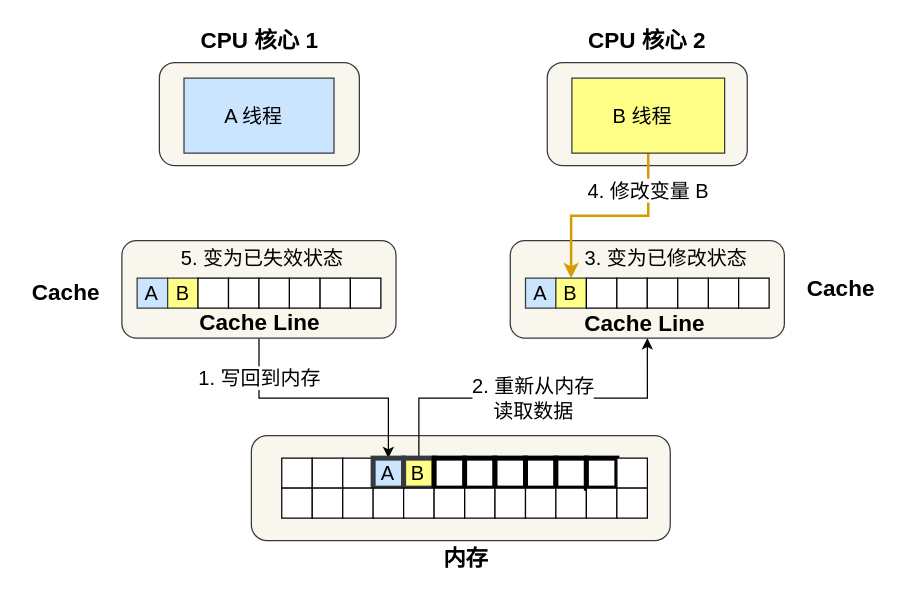
The draw.io diagram 操作系统/CPU伪共享/分析伪共享5.drawio in xiaolincoder/ImageHost3, before the edit. Source tidied: cells renumbered, new cells numbered last; positions are measured from the earlier drawing's top-left corner, leaving out a move shared by most shapes. Both pictures are drawn from the tidied source at 125%, with x=0, y=0 at pixel (21, 21).
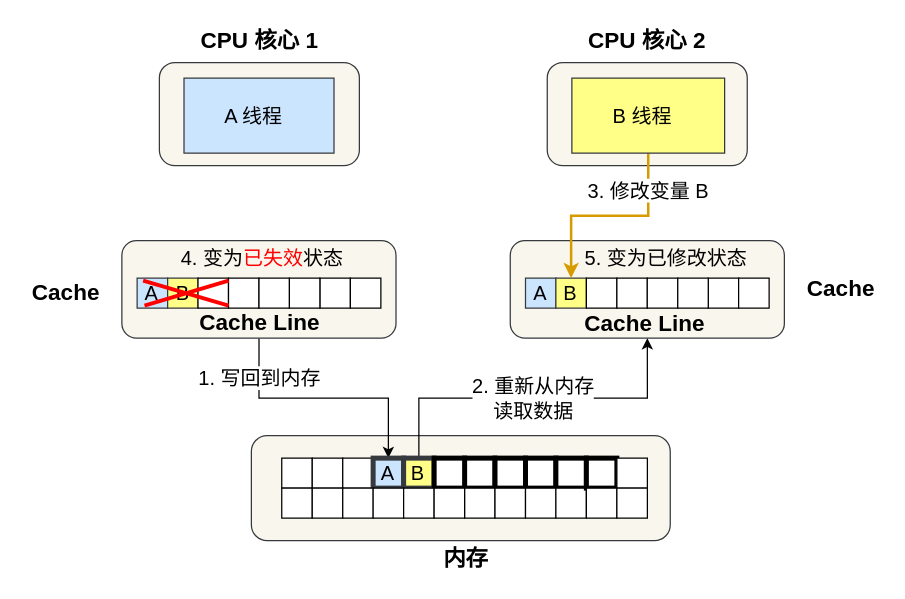
After the change.

Commit message (it also covers changes not shown here):
Update 分析伪共享5.drawio

The change refers to these unchanged cells:
```xml
<mxCell id="38" value="B" style="rounded=0;whiteSpace=wrap;html=1;fillColor=#ffff88;strokeColor=#36393d;fontSize=16;" parent="1" vertex="1">
  <mxGeometry x="427.2" y="205" width="24.4" height="24" as="geometry" />
</mxCell>
<mxCell id="52" value="&lt;font style=&quot;font-size: 16px&quot;&gt;B 线程&amp;nbsp;&amp;nbsp;&lt;/font&gt;" style="rounded=0;whiteSpace=wrap;html=1;shadow=0;sketch=0;strokeWidth=1;fillColor=#ffff88;strokeColor=#36393d;" parent="1" vertex="1">
  <mxGeometry x="440" y="45" width="122.2" height="60" as="geometry" />
</mxCell>
```

What changed in the source:
```diff
@@
-    <mxCell id="51" value="4. 修改变量 B" style="edgeStyle=orthogonalEdgeStyle;rounded=0;jettySize=auto;html=1;fontSize=16;fillColor=#ffcd28;gradientColor=#ffa500;strokeColor=#d79b00;strokeWidth=2;" parent="1" edge="1" source="52" target="38">
+    <mxCell id="51" value="3. 修改变量 B" style="edgeStyle=orthogonalEdgeStyle;rounded=0;jettySize=auto;html=1;fontSize=16;fillColor=#ffcd28;gradientColor=#ffa500;strokeColor=#d79b00;strokeWidth=2;" parent="1" edge="1" source="52" target="38">
       <mxGeometry x="-0.63" relative="1" as="geometry" />
     </mxCell>
@@
-    <mxCell id="59" value="3. 变为已修改状态" style="text;html=1;align=center;verticalAlign=middle;fontSize=16;" parent="1" vertex="1">
+    <mxCell id="59" value="5. 变为已修改状态" style="text;html=1;align=center;verticalAlign=middle;fontSize=16;" parent="1" vertex="1">
       <mxGeometry x="440" y="179" width="150" height="20" as="geometry" />
     </mxCell>
-    <mxCell id="60" value="5. 变为已失效状态" style="text;html=1;align=center;verticalAlign=middle;fontSize=16;" parent="1" vertex="1">
+    <mxCell id="60" value="4. 变为&lt;font color=&quot;#ff0000&quot;&gt;已失效&lt;/font&gt;状态" style="text;html=1;align=center;verticalAlign=middle;fontSize=16;" parent="1" vertex="1">
       <mxGeometry x="116.5" y="179" width="150" height="20" as="geometry" />
     </mxCell>
+    <mxCell id="61" style="group;" parent="1" vertex="1">
+      <mxGeometry x="97" y="207" width="68.4" height="20" as="geometry" />
+    </mxCell>
+    <mxCell id="62" style="endArrow=none;html=1;fontSize=16;fontColor=#FF0000;strokeWidth=3;fillColor=#f8cecc;strokeColor=#FF0000;" parent="61" edge="1">
+      <mxGeometry relative="1" as="geometry">
+        <mxPoint x="1.1" y="20" as="sourcePoint" />
+        <mxPoint x="68.4" as="targetPoint" />
+      </mxGeometry>
+    </mxCell>
+    <mxCell id="63" style="endArrow=none;html=1;fontSize=16;fontColor=#FF0000;strokeWidth=3;fillColor=#f8cecc;strokeColor=#FF0000;" parent="61" edge="1">
+      <mxGeometry relative="1" as="geometry">
+        <mxPoint x="68.4" y="20" as="sourcePoint" />
+        <mxPoint as="targetPoint" />
+      </mxGeometry>
+    </mxCell>
```
